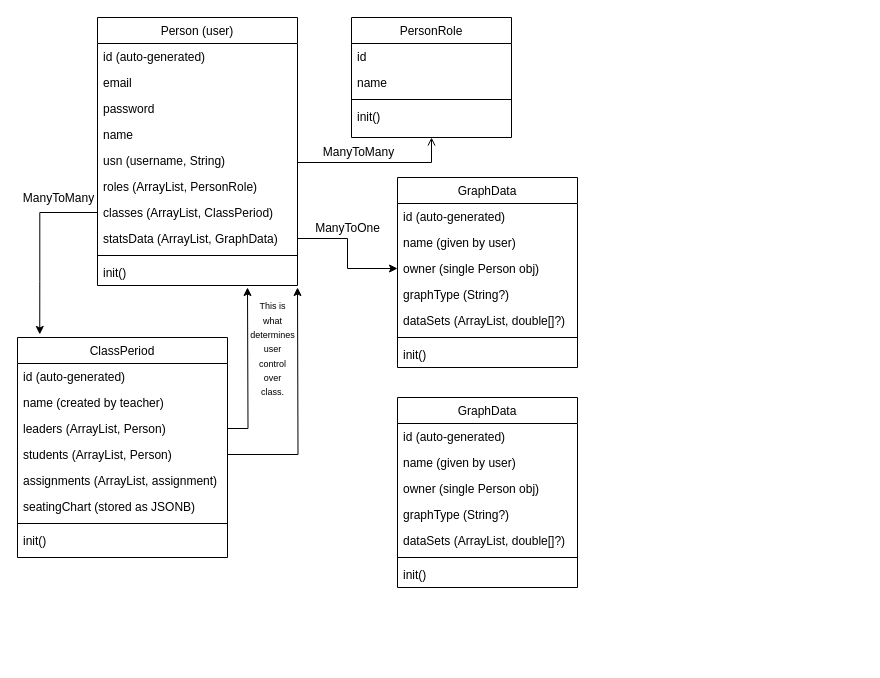
This is assets/updated_functionality.drawio from John-sCC/jcc_frontend, a draw.io file, before an edit. Source tidied: cells renumbered, new cells numbered last; positions are measured from the earlier drawing's top-left corner, leaving out a move shared by most shapes. Both pictures are drawn from the tidied source at 100%, with x=0, y=0 at pixel (17, 17).
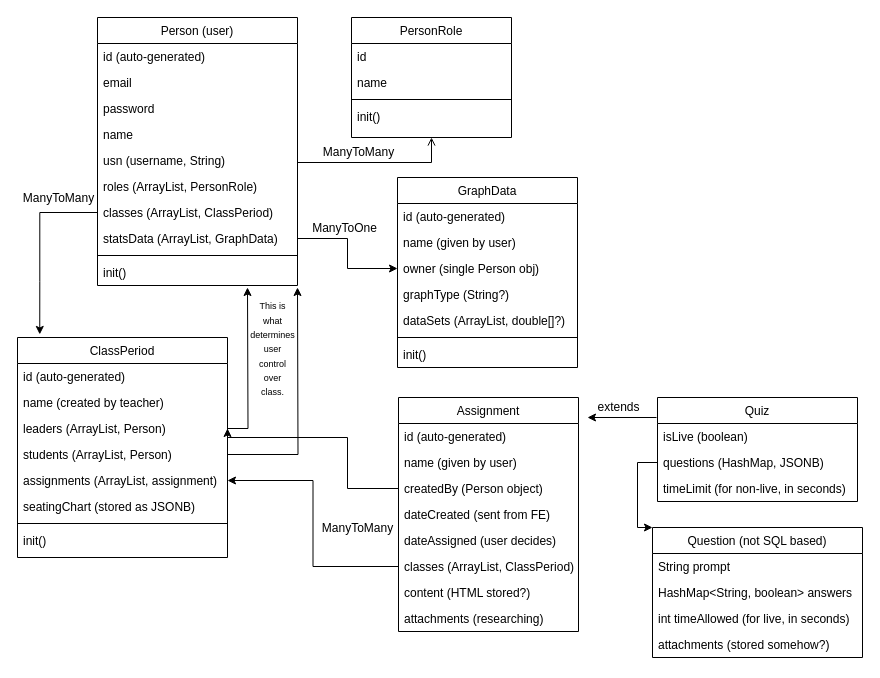
The same page after the edit.

Commit message:
pre research backend draw.io completion

The change refers to these unchanged cells:
```xml
<mxCell id="17" value="leaders (ArrayList, Person)" style="text;align=left;verticalAlign=top;spacingLeft=4;spacingRight=4;overflow=hidden;points=[[0,0.5],[1,0.5]];portConstraint=eastwest;rounded=0;shadow=0;html=0;" parent="13" vertex="1">
  <mxGeometry y="78" width="210" height="26" as="geometry" />
</mxCell>
<mxCell id="20" value="assignments (ArrayList, assignment)" style="text;align=left;verticalAlign=top;spacingLeft=4;spacingRight=4;overflow=hidden;points=[[0,0.5],[1,0.5]];portConstraint=eastwest;rounded=0;shadow=0;html=0;" parent="13" vertex="1">
  <mxGeometry y="130" width="210" height="26" as="geometry" />
</mxCell>
```

Diff of the diagram source:
```diff
@@
     <mxCell id="43" value="ManyToOne" style="text;html=1;align=center;verticalAlign=middle;labelBackgroundColor=none;rounded=0;shadow=0;strokeWidth=1;fontSize=12;" parent="1" vertex="1">
-      <mxGeometry x="329" y="210" as="geometry" />
+      <mxGeometry x="326" y="210" as="geometry" />
     </mxCell>
-    <mxCell id="44" value="GraphData" style="swimlane;fontStyle=0;align=center;verticalAlign=top;horizontal=1;startSize=26;rounded=0;shadow=0;strokeWidth=1;" parent="1" vertex="1">
-      <mxGeometry x="380" y="380" width="180" height="190" as="geometry" />
+    <mxCell id="44" value="Assignment" style="swimlane;fontStyle=0;align=center;verticalAlign=top;horizontal=1;startSize=26;rounded=0;shadow=0;strokeWidth=1;" parent="1" vertex="1">
+      <mxGeometry x="381" y="380" width="180" height="234" as="geometry" />
     </mxCell>
@@
+    <mxCell id="52" value="createdBy (Person object)" style="text;align=left;verticalAlign=top;spacingLeft=4;spacingRight=4;overflow=hidden;points=[[0,0.5],[1,0.5]];portConstraint=eastwest;" parent="44" vertex="1">
+      <mxGeometry y="78" width="180" height="26" as="geometry" />
+    </mxCell>
+    <mxCell id="53" value="dateCreated (sent from FE)" style="text;align=left;verticalAlign=top;spacingLeft=4;spacingRight=4;overflow=hidden;" parent="44" vertex="1">
+      <mxGeometry y="104" width="180" height="26" as="geometry" />
+    </mxCell>
+    <mxCell id="54" value="dateAssigned (user decides)" style="text;align=left;verticalAlign=top;spacingLeft=4;spacingRight=4;overflow=hidden;" parent="44" vertex="1">
+      <mxGeometry y="130" width="180" height="26" as="geometry" />
+    </mxCell>
-    <mxCell id="47" value="owner (single Person obj)" style="text;align=left;verticalAlign=top;spacingLeft=4;spacingRight=4;overflow=hidden;points=[[0,0.5],[1,0.5]];portConstraint=eastwest;" parent="44" vertex="1">
-      <mxGeometry y="78" width="180" height="26" as="geometry" />
+    <mxCell id="47" value="classes (ArrayList, ClassPeriod)" style="text;align=left;verticalAlign=top;spacingLeft=4;spacingRight=4;overflow=hidden;points=[[0,0.5],[1,0.5]];portConstraint=eastwest;" parent="44" vertex="1">
+      <mxGeometry y="156" width="180" height="26" as="geometry" />
     </mxCell>
-    <mxCell id="48" value="graphType (String?)" style="text;align=left;verticalAlign=top;spacingLeft=4;spacingRight=4;overflow=hidden;" parent="44" vertex="1">
-      <mxGeometry y="104" width="180" height="26" as="geometry" />
-    </mxCell>
-    <mxCell id="49" value="dataSets (ArrayList, double[]?)" style="text;align=left;verticalAlign=top;spacingLeft=4;spacingRight=4;overflow=hidden;" parent="44" vertex="1">
-      <mxGeometry y="130" width="180" height="26" as="geometry" />
-    </mxCell>
-    <mxCell id="50" style="line;html=1;strokeWidth=1;align=left;verticalAlign=middle;spacingTop=-1;spacingLeft=3;spacingRight=3;labelPosition=right;" parent="44" vertex="1">
-      <mxGeometry y="156" width="180" height="8" as="geometry" />
-    </mxCell>
-    <mxCell id="51" value="init()" style="text;align=left;verticalAlign=top;spacingLeft=4;spacingRight=4;overflow=hidden;rounded=0;shadow=0;html=0;" parent="44" vertex="1">
-      <mxGeometry y="164" width="180" height="26" as="geometry" />
-    </mxCell>
+    <mxCell id="55" value="content (HTML stored?)" style="text;align=left;verticalAlign=top;spacingLeft=4;spacingRight=4;overflow=hidden;" parent="44" vertex="1">
+      <mxGeometry y="182" width="180" height="26" as="geometry" />
+    </mxCell>
+    <mxCell id="56" value="attachments (researching)" style="text;align=left;verticalAlign=top;spacingLeft=4;spacingRight=4;overflow=hidden;" parent="44" vertex="1">
+      <mxGeometry y="208" width="180" height="26" as="geometry" />
+    </mxCell>
+    <mxCell id="57" style="edgeStyle=orthogonalEdgeStyle;rounded=0;jettySize=auto;html=1;exitX=0;exitY=0.5;exitDx=0;exitDy=0;entryX=1;entryY=0.5;entryDx=0;entryDy=0;" parent="1" edge="1" source="47" target="20">
+      <mxGeometry relative="1" as="geometry" />
+    </mxCell>
+    <mxCell id="58" value="ManyToMany" style="text;html=1;align=center;verticalAlign=middle;labelBackgroundColor=none;rounded=0;shadow=0;strokeWidth=1;fontSize=12;" parent="1" vertex="1">
+      <mxGeometry x="339" y="510" as="geometry" />
+    </mxCell>
+    <mxCell id="59" value="Quiz" style="swimlane;fontStyle=0;align=center;verticalAlign=top;horizontal=1;startSize=26;rounded=0;shadow=0;strokeWidth=1;" parent="1" vertex="1">
+      <mxGeometry x="640" y="380" width="200" height="104" as="geometry" />
+    </mxCell>
+    <mxCell id="60" value="isLive (boolean)" style="text;align=left;verticalAlign=top;spacingLeft=4;spacingRight=4;overflow=hidden;" parent="59" vertex="1">
+      <mxGeometry y="26" width="200" height="26" as="geometry" />
+    </mxCell>
+    <mxCell id="61" value="questions (HashMap, JSONB)" style="text;align=left;verticalAlign=top;spacingLeft=4;spacingRight=4;overflow=hidden;points=[[0,0.5],[1,0.5]];portConstraint=eastwest;" parent="59" vertex="1">
+      <mxGeometry y="52" width="200" height="26" as="geometry" />
+    </mxCell>
+    <mxCell id="62" value="timeLimit (for non-live, in seconds)" style="text;align=left;verticalAlign=top;spacingLeft=4;spacingRight=4;overflow=hidden;" parent="59" vertex="1">
+      <mxGeometry y="78" width="200" height="26" as="geometry" />
+    </mxCell>
+    <mxCell id="63" style="endArrow=classic;html=1;rounded=0;" parent="1" edge="1">
+      <mxGeometry relative="1" as="geometry">
+        <mxPoint x="639" y="400" as="sourcePoint" />
+        <mxPoint x="570" y="400" as="targetPoint" />
+      </mxGeometry>
+    </mxCell>
+    <mxCell id="64" value="extends" style="text;html=1;align=center;verticalAlign=middle;labelBackgroundColor=none;rounded=0;shadow=0;strokeWidth=1;fontSize=12;" parent="1" vertex="1">
+      <mxGeometry x="600" y="387" as="geometry">
+        <mxPoint y="2" as="offset" />
+      </mxGeometry>
+    </mxCell>
+    <mxCell id="65" value="Question (not SQL based)" style="swimlane;fontStyle=0;align=center;verticalAlign=top;horizontal=1;startSize=26;rounded=0;shadow=0;strokeWidth=1;" parent="1" vertex="1">
+      <mxGeometry x="635" y="510" width="210" height="130" as="geometry" />
+    </mxCell>
+    <mxCell id="66" value="String prompt" style="text;align=left;verticalAlign=top;spacingLeft=4;spacingRight=4;overflow=hidden;" parent="65" vertex="1">
+      <mxGeometry y="26" width="210" height="26" as="geometry" />
+    </mxCell>
+    <mxCell id="67" value="HashMap&lt;String, boolean&gt; answers" style="text;align=left;verticalAlign=top;spacingLeft=4;spacingRight=4;overflow=hidden;" parent="65" vertex="1">
+      <mxGeometry y="52" width="210" height="26" as="geometry" />
+    </mxCell>
+    <mxCell id="68" value="int timeAllowed (for live, in seconds)" style="text;align=left;verticalAlign=top;spacingLeft=4;spacingRight=4;overflow=hidden;" parent="65" vertex="1">
+      <mxGeometry y="78" width="210" height="26" as="geometry" />
+    </mxCell>
+    <mxCell id="69" value="attachments (stored somehow?)" style="text;align=left;verticalAlign=top;spacingLeft=4;spacingRight=4;overflow=hidden;" parent="65" vertex="1">
+      <mxGeometry y="104" width="210" height="26" as="geometry" />
+    </mxCell>
+    <mxCell id="70" style="edgeStyle=orthogonalEdgeStyle;rounded=0;jettySize=auto;html=1;exitX=0;exitY=0.5;exitDx=0;exitDy=0;entryX=1;entryY=0.5;entryDx=0;entryDy=0;" parent="1" edge="1" source="52" target="17">
+      <mxGeometry relative="1" as="geometry">
+        <Array as="points">
+          <mxPoint x="330" y="471" />
+          <mxPoint x="330" y="420" />
+          <mxPoint x="210" y="420" />
+        </Array>
+      </mxGeometry>
+    </mxCell>
+    <mxCell id="71" style="edgeStyle=orthogonalEdgeStyle;rounded=0;jettySize=auto;html=1;exitX=0;exitY=0.5;exitDx=0;exitDy=0;entryX=0;entryY=0;entryDx=0;entryDy=0;" parent="1" edge="1" source="61" target="65">
+      <mxGeometry relative="1" as="geometry">
+        <Array as="points">
+          <mxPoint x="620" y="445" />
+          <mxPoint x="620" y="510" />
+        </Array>
+      </mxGeometry>
+    </mxCell>
```
